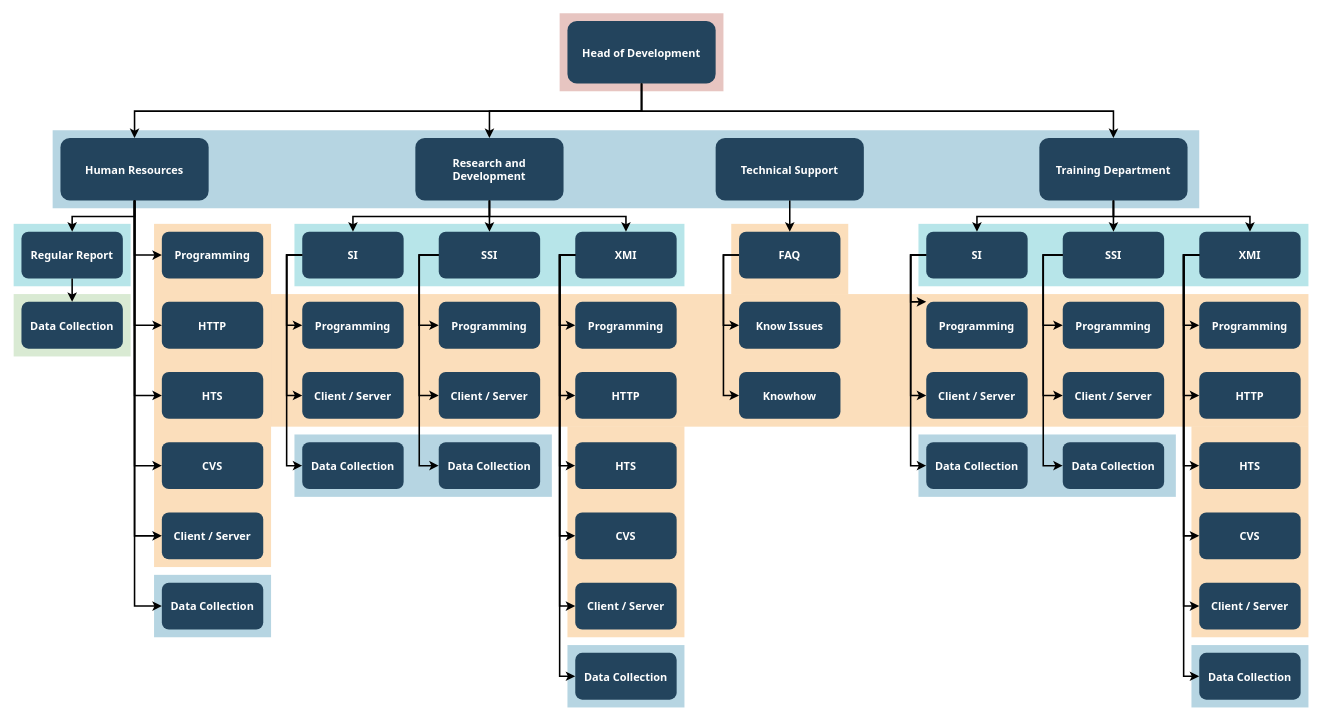
Earlier version of the draw.io diagram page "Page-1" (1 of 2) of Untitled Diagram.drawio (Nallely-Martin/N). Source tidied: cells renumbered, new cells numbered last; positions are measured from the earlier drawing's top-left corner, leaving out a move shared by most shapes. Both pictures are drawn from the tidied source at 78%, with x=0, y=0 at pixel (13, 13).
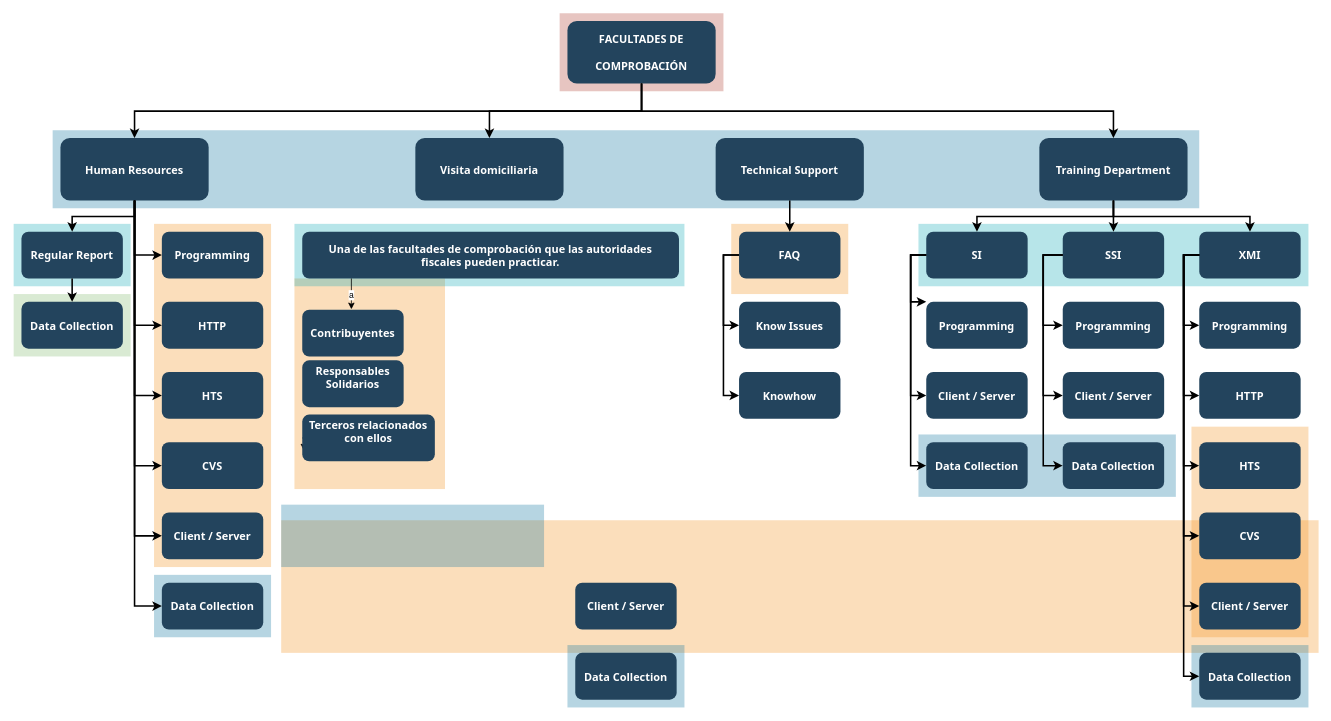
The same diagram, later.

The change refers to these unchanged cells:
```xml
<mxCell id="45" value="Client / Server" style="rounded=1;fillColor=#23445D;gradientColor=none;strokeColor=none;fontColor=#FFFFFF;fontStyle=1;fontFamily=Tahoma;fontSize=14;" parent="1" vertex="1">
  <mxGeometry x="720" y="729.5" width="130" height="60" as="geometry" />
</mxCell>
<mxCell id="46" value="Data Collection" style="rounded=1;fillColor=#23445D;gradientColor=none;strokeColor=none;fontColor=#FFFFFF;fontStyle=1;fontFamily=Tahoma;fontSize=14;" parent="1" vertex="1">
  <mxGeometry x="720" y="819.5" width="130" height="60" as="geometry" />
</mxCell>
```

Change to the diagram source:
```diff
@@
     <mxCell id="6" style="fillColor=#F2931E;strokeColor=none;opacity=30;" parent="1" vertex="1">
-      <mxGeometry x="710" y="529.5" width="150" height="270" as="geometry" />
+      <mxGeometry x="360" y="339.5" width="193" height="270" as="geometry" />
     </mxCell>
@@
     <mxCell id="8" style="fillColor=#F2931E;strokeColor=none;opacity=30;" parent="1" vertex="1">
-      <mxGeometry x="330" y="359.5" width="1330" height="170" as="geometry" />
+      <mxGeometry x="343" y="649.5" width="1330" height="170" as="geometry" />
     </mxCell>
@@
     <mxCell id="12" style="fillColor=#10739E;strokeColor=none;opacity=30;" parent="1" vertex="1">
-      <mxGeometry x="360" y="539.5" width="330" height="80" as="geometry" />
+      <mxGeometry x="343" y="629.5" width="337" height="80" as="geometry" />
     </mxCell>
@@
-    <mxCell id="18" value="Head of Development" style="rounded=1;fillColor=#23445D;gradientColor=none;strokeColor=none;fontColor=#FFFFFF;fontStyle=1;fontFamily=Tahoma;fontSize=14;" parent="1" vertex="1">
+    <mxCell id="18" value="FACULTADES DE &#10;&#10;COMPROBACIÓN" style="rounded=1;fillColor=#23445D;gradientColor=none;strokeColor=none;fontColor=#FFFFFF;fontStyle=1;fontFamily=Tahoma;fontSize=14;" parent="1" vertex="1">
       <mxGeometry x="710" y="9.5" width="190" height="80" as="geometry" />
     </mxCell>
@@
-    <mxCell id="22" value="Research and &#10;Development" style="rounded=1;fillColor=#23445D;gradientColor=none;strokeColor=none;fontColor=#FFFFFF;fontStyle=1;fontFamily=Tahoma;fontSize=14;" parent="1" vertex="1">
+    <mxCell id="22" value="Visita domiciliaria" style="rounded=1;fillColor=#23445D;gradientColor=none;strokeColor=none;fontColor=#FFFFFF;fontStyle=1;fontFamily=Tahoma;fontSize=14;" parent="1" vertex="1">
       <mxGeometry x="515" y="159.5" width="190" height="80" as="geometry" />
     </mxCell>
@@
-    <mxCell id="32" value="SI" style="rounded=1;fillColor=#23445D;gradientColor=none;strokeColor=none;fontColor=#FFFFFF;fontStyle=1;fontFamily=Tahoma;fontSize=14;" parent="1" vertex="1">
-      <mxGeometry x="370" y="279.5" width="130" height="60" as="geometry" />
+    <mxCell id="32" value="Una de las facultades de comprobación que las autoridades&#10; fiscales pueden practicar." style="rounded=1;fillColor=#23445D;gradientColor=none;strokeColor=none;fontColor=#FFFFFF;fontStyle=1;fontFamily=Tahoma;fontSize=14;" parent="1" vertex="1">
+      <mxGeometry x="370" y="279.5" width="483" height="60" as="geometry" />
     </mxCell>
-    <mxCell id="33" value="Programming" style="rounded=1;fillColor=#23445D;gradientColor=none;strokeColor=none;fontColor=#FFFFFF;fontStyle=1;fontFamily=Tahoma;fontSize=14;" parent="1" vertex="1">
-      <mxGeometry x="370" y="369.5" width="130" height="60" as="geometry" />
+    <mxCell id="33" value="Contribuyentes" style="rounded=1;fillColor=#23445D;gradientColor=none;strokeColor=none;fontColor=#FFFFFF;fontStyle=1;fontFamily=Tahoma;fontSize=14;" parent="1" vertex="1">
+      <mxGeometry x="370" y="379.5" width="130" height="60" as="geometry" />
     </mxCell>
-    <mxCell id="34" value="Client / Server" style="rounded=1;fillColor=#23445D;gradientColor=none;strokeColor=none;fontColor=#FFFFFF;fontStyle=1;fontFamily=Tahoma;fontSize=14;" parent="1" vertex="1">
-      <mxGeometry x="370" y="459.5" width="130" height="60" as="geometry" />
+    <mxCell id="34" value="Responsables&#10;Solidarios&#10;" style="rounded=1;fillColor=#23445D;gradientColor=none;strokeColor=none;fontColor=#FFFFFF;fontStyle=1;fontFamily=Tahoma;fontSize=14;" parent="1" vertex="1">
+      <mxGeometry x="370" y="444.5" width="130" height="60" as="geometry" />
     </mxCell>
+    <mxCell id="108" style="edgeStyle=orthogonalEdgeStyle;rounded=0;jettySize=auto;html=1;exitX=0;exitY=0.5;exitDx=0;exitDy=0;" parent="1" edge="1" source="35">
+      <mxGeometry relative="1" as="geometry">
+        <mxPoint x="372" y="560" as="targetPoint" />
+      </mxGeometry>
+    </mxCell>
-    <mxCell id="35" value="Data Collection" style="rounded=1;fillColor=#23445D;gradientColor=none;strokeColor=none;fontColor=#FFFFFF;fontStyle=1;fontFamily=Tahoma;fontSize=14;" parent="1" vertex="1">
-      <mxGeometry x="370" y="549.5" width="130" height="60" as="geometry" />
+    <mxCell id="35" value="Terceros relacionados&#10;con ellos&#10;" style="rounded=1;fillColor=#23445D;gradientColor=none;strokeColor=none;fontColor=#FFFFFF;fontStyle=1;fontFamily=Tahoma;fontSize=14;" parent="1" vertex="1">
+      <mxGeometry x="370" y="514" width="170" height="60" as="geometry" />
     </mxCell>
-    <mxCell id="36" value="SSI" style="rounded=1;fillColor=#23445D;gradientColor=none;strokeColor=none;fontColor=#FFFFFF;fontStyle=1;fontFamily=Tahoma;fontSize=14;" parent="1" vertex="1">
-      <mxGeometry x="545" y="279.5" width="130" height="60" as="geometry" />
-    </mxCell>
-    <mxCell id="37" value="Programming" style="rounded=1;fillColor=#23445D;gradientColor=none;strokeColor=none;fontColor=#FFFFFF;fontStyle=1;fontFamily=Tahoma;fontSize=14;" parent="1" vertex="1">
-      <mxGeometry x="545" y="369.5" width="130" height="60" as="geometry" />
-    </mxCell>
-    <mxCell id="38" value="Client / Server" style="rounded=1;fillColor=#23445D;gradientColor=none;strokeColor=none;fontColor=#FFFFFF;fontStyle=1;fontFamily=Tahoma;fontSize=14;" parent="1" vertex="1">
-      <mxGeometry x="545" y="459.5" width="130" height="60" as="geometry" />
-    </mxCell>
-    <mxCell id="39" value="Data Collection" style="rounded=1;fillColor=#23445D;gradientColor=none;strokeColor=none;fontColor=#FFFFFF;fontStyle=1;fontFamily=Tahoma;fontSize=14;" parent="1" vertex="1">
-      <mxGeometry x="545" y="549.5" width="130" height="60" as="geometry" />
-    </mxCell>
-    <mxCell id="40" value="XMI" style="rounded=1;fillColor=#23445D;gradientColor=none;strokeColor=none;fontColor=#FFFFFF;fontStyle=1;fontFamily=Tahoma;fontSize=14;" parent="1" vertex="1">
-      <mxGeometry x="720" y="279.5" width="130" height="60" as="geometry" />
-    </mxCell>
-    <mxCell id="41" value="Programming" style="rounded=1;fillColor=#23445D;gradientColor=none;strokeColor=none;fontColor=#FFFFFF;fontStyle=1;fontFamily=Tahoma;fontSize=14;" parent="1" vertex="1">
-      <mxGeometry x="720" y="369.5" width="130" height="60" as="geometry" />
-    </mxCell>
-    <mxCell id="42" value="HTTP" style="rounded=1;fillColor=#23445D;gradientColor=none;strokeColor=none;fontColor=#FFFFFF;fontStyle=1;fontFamily=Tahoma;fontSize=14;" parent="1" vertex="1">
-      <mxGeometry x="720" y="459.5" width="130" height="60" as="geometry" />
-    </mxCell>
-    <mxCell id="43" value="HTS" style="rounded=1;fillColor=#23445D;gradientColor=none;strokeColor=none;fontColor=#FFFFFF;fontStyle=1;fontFamily=Tahoma;fontSize=14;" parent="1" vertex="1">
-      <mxGeometry x="720" y="549.5" width="130" height="60" as="geometry" />
-    </mxCell>
-    <mxCell id="44" value="CVS" style="rounded=1;fillColor=#23445D;gradientColor=none;strokeColor=none;fontColor=#FFFFFF;fontStyle=1;fontFamily=Tahoma;fontSize=14;" parent="1" vertex="1">
-      <mxGeometry x="720" y="639.5" width="130" height="60" as="geometry" />
-    </mxCell>
@@
-    <mxCell id="74" style="edgeStyle=elbowEdgeStyle;elbow=horizontal;strokeWidth=2;rounded=0;" parent="1" edge="1" source="32" target="33">
-      <mxGeometry x="-23" y="135.5" as="geometry">
-        <Array as="points">
-          <mxPoint x="350" y="359.5" />
-        </Array>
-      </mxGeometry>
-    </mxCell>
-    <mxCell id="75" style="edgeStyle=elbowEdgeStyle;elbow=horizontal;strokeWidth=2;rounded=0;" parent="1" edge="1" source="32" target="34">
-      <mxGeometry x="-23" y="135.5" as="geometry">
-        <Array as="points">
-          <mxPoint x="350" y="399.5" />
-        </Array>
-      </mxGeometry>
-    </mxCell>
-    <mxCell id="76" style="edgeStyle=elbowEdgeStyle;elbow=horizontal;strokeWidth=2;rounded=0;" parent="1" edge="1" source="32" target="35">
-      <mxGeometry x="-23" y="135.5" as="geometry">
-        <Array as="points">
-          <mxPoint x="350" y="439.5" />
-        </Array>
-      </mxGeometry>
-    </mxCell>
-    <mxCell id="77" style="edgeStyle=elbowEdgeStyle;elbow=horizontal;strokeWidth=2;rounded=0;" parent="1" edge="1" source="36" target="37">
-      <mxGeometry x="-23" y="135.5" as="geometry">
-        <Array as="points">
-          <mxPoint x="520" y="359.5" />
-        </Array>
-      </mxGeometry>
-    </mxCell>
-    <mxCell id="78" style="edgeStyle=elbowEdgeStyle;elbow=horizontal;strokeWidth=2;rounded=0;" parent="1" edge="1" source="36" target="38">
-      <mxGeometry x="-23" y="135.5" as="geometry">
-        <Array as="points">
-          <mxPoint x="520" y="399.5" />
-        </Array>
-      </mxGeometry>
-    </mxCell>
-    <mxCell id="79" style="edgeStyle=elbowEdgeStyle;elbow=horizontal;strokeWidth=2;rounded=0;" parent="1" edge="1" source="36" target="39">
-      <mxGeometry x="-23" y="135.5" as="geometry">
-        <Array as="points">
-          <mxPoint x="520" y="439.5" />
-        </Array>
-      </mxGeometry>
-    </mxCell>
-    <mxCell id="80" style="edgeStyle=elbowEdgeStyle;elbow=horizontal;strokeWidth=2;rounded=0;" parent="1" edge="1" source="40" target="41">
-      <mxGeometry x="-23" y="135.5" as="geometry">
-        <Array as="points">
-          <mxPoint x="700" y="359.5" />
-        </Array>
-      </mxGeometry>
-    </mxCell>
-    <mxCell id="81" style="edgeStyle=elbowEdgeStyle;elbow=horizontal;strokeWidth=2;rounded=0;" parent="1" edge="1" source="40" target="42">
-      <mxGeometry x="-23" y="135.5" as="geometry">
-        <Array as="points">
-          <mxPoint x="700" y="399.5" />
-        </Array>
-      </mxGeometry>
-    </mxCell>
-    <mxCell id="82" style="edgeStyle=elbowEdgeStyle;elbow=horizontal;strokeWidth=2;rounded=0;" parent="1" edge="1" source="40" target="43">
-      <mxGeometry x="-23" y="135.5" as="geometry">
-        <Array as="points">
-          <mxPoint x="700" y="449.5" />
-        </Array>
-      </mxGeometry>
-    </mxCell>
-    <mxCell id="83" style="edgeStyle=elbowEdgeStyle;elbow=horizontal;strokeWidth=2;rounded=0;" parent="1" edge="1" source="40" target="44">
-      <mxGeometry x="-23" y="135.5" as="geometry">
-        <Array as="points">
-          <mxPoint x="700" y="489.5" />
-        </Array>
-      </mxGeometry>
-    </mxCell>
-    <mxCell id="84" style="edgeStyle=elbowEdgeStyle;elbow=horizontal;strokeWidth=2;rounded=0;" parent="1" edge="1" source="40" target="45">
-      <mxGeometry x="-23" y="135.5" as="geometry">
-        <Array as="points">
-          <mxPoint x="700" y="529.5" />
-        </Array>
-      </mxGeometry>
-    </mxCell>
-    <mxCell id="85" style="edgeStyle=elbowEdgeStyle;elbow=horizontal;strokeWidth=2;rounded=0;" parent="1" edge="1" source="40" target="46">
-      <mxGeometry x="-23" y="135.5" as="geometry">
-        <Array as="points">
-          <mxPoint x="700" y="579.5" />
-        </Array>
-      </mxGeometry>
-    </mxCell>
@@
-    <mxCell id="100" style="edgeStyle=elbowEdgeStyle;elbow=vertical;strokeWidth=2;rounded=0;" parent="1" edge="1" source="22" target="32">
-      <mxGeometry x="-23" y="135.5" as="geometry" />
-    </mxCell>
-    <mxCell id="101" style="edgeStyle=elbowEdgeStyle;elbow=vertical;strokeWidth=2;rounded=0;" parent="1" edge="1" source="22" target="36">
-      <mxGeometry x="-23" y="135.5" as="geometry" />
-    </mxCell>
-    <mxCell id="102" style="edgeStyle=elbowEdgeStyle;elbow=vertical;strokeWidth=2;rounded=0;" parent="1" edge="1" source="22" target="40">
-      <mxGeometry x="-23" y="135.5" as="geometry" />
-    </mxCell>
@@
+    <mxCell id="109" value="&lt;div&gt;a&lt;/div&gt;" style="endArrow=classic;html=1;" parent="1" edge="1">
+      <mxGeometry x="-0.01" relative="1" as="geometry">
+        <mxPoint x="433" y="339.5" as="sourcePoint" />
+        <mxPoint x="433" y="379" as="targetPoint" />
+        <mxPoint y="1" as="offset" />
+      </mxGeometry>
+    </mxCell>
```
